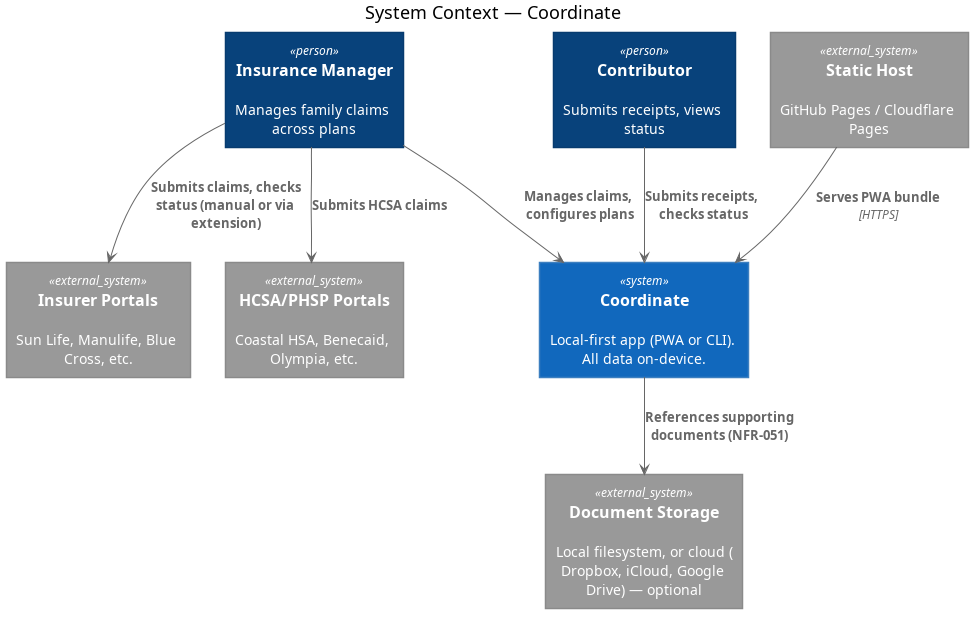
Before: docs/02-solution/diagrams/system-context.png, a diagram exported from PlantUML (hallb/coordinate).
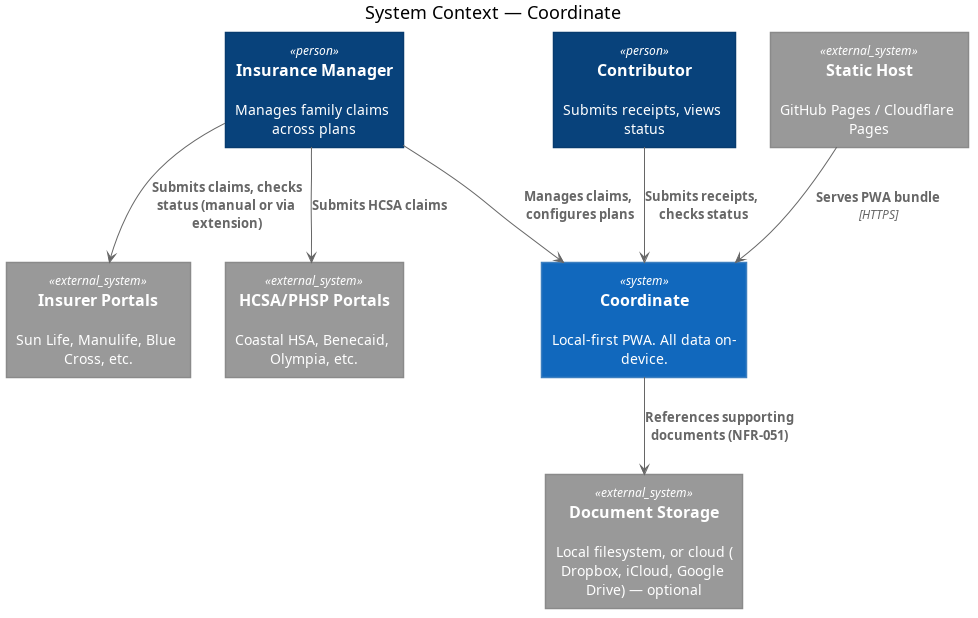
After the commit.

Diff of the diagram source:
```diff
@@ -112,7 +112,7 @@
 rectangle "==Insurance Manager\n\n Manages family claims across plans" <<person>> as user
 rectangle "==Contributor\n\n Submits receipts, views status" <<person>> as contributor
 
-rectangle "==Coordinate\n\n Local-first app (PWA or CLI). All data on-device." <<system>> as coordinate
+rectangle "==Coordinate\n\n Local-first PWA. All data on-device." <<system>> as coordinate
 
 rectangle "==Static Host\n\n GitHub Pages / Cloudflare Pages" <<external_system>> as staticHost
 rectangle "==Insurer Portals\n\n Sun Life, Manulife, Blue Cross, etc." <<external_system>> as insurerPortal
```
